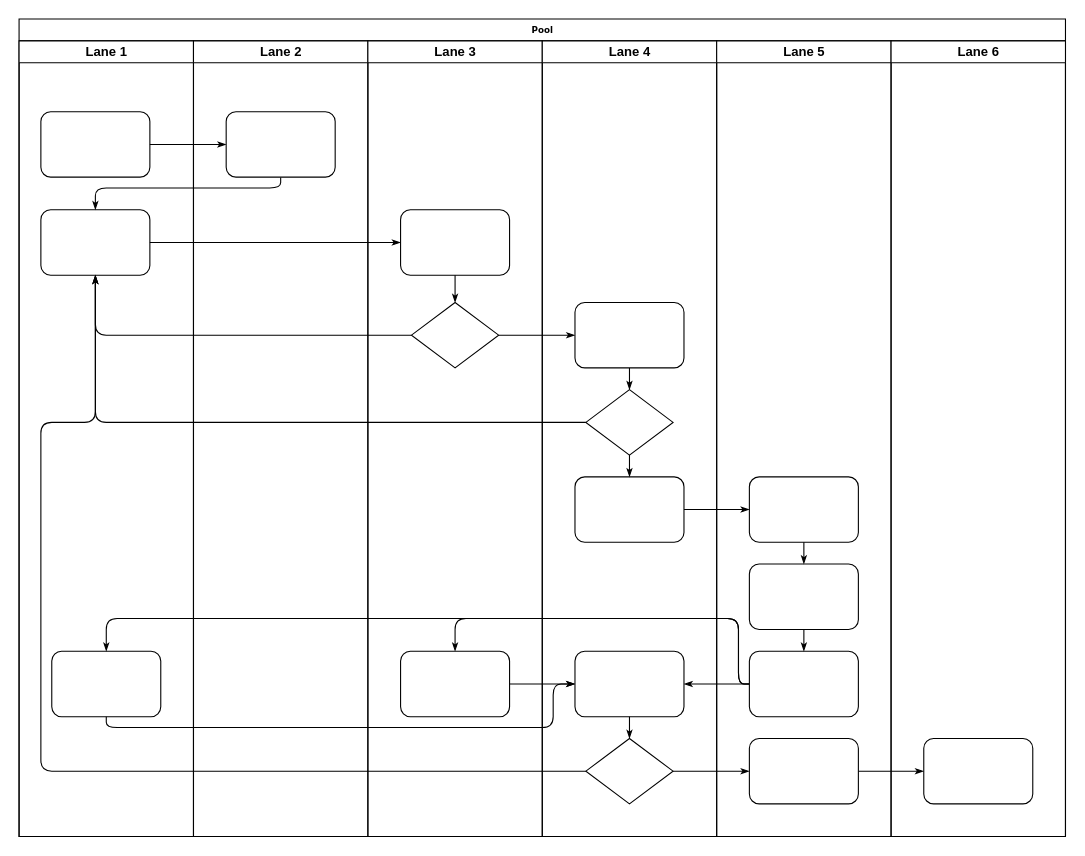
Before: 理赔流程图.drawio in nayouzhenai/java_web, a draw.io diagram. Source tidied: cells renumbered, new cells numbered last; positions are measured from the earlier drawing's top-left corner, leaving out a move shared by most shapes. Both pictures are drawn from the tidied source at 109%, with x=0, y=0 at pixel (19, 19).
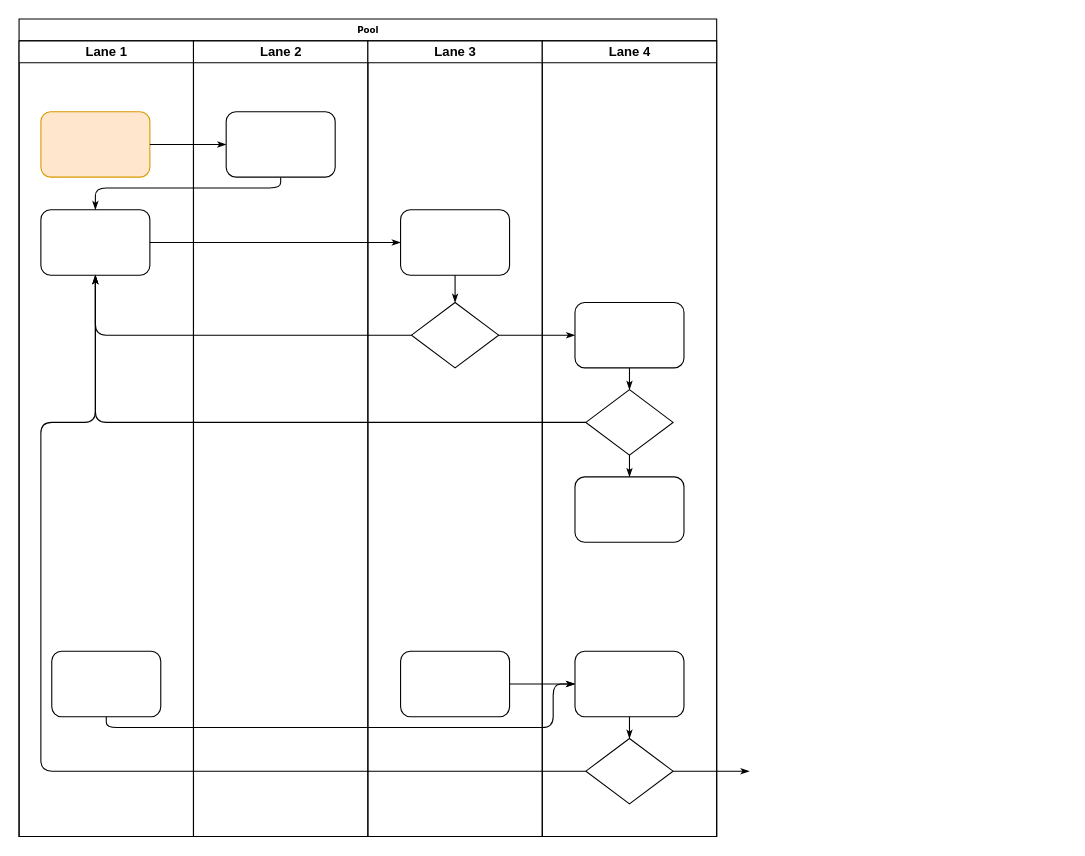
Above is the later version.

Commit message:
更新理赔流程图.drawio

Unchanged cells that the change refers to:
```xml
<mxCell id="3" value="Lane 1" style="swimlane;html=1;startSize=20;" parent="2" vertex="1">
  <mxGeometry y="20" width="160" height="730" as="geometry" />
</mxCell>
<mxCell id="6" style="rounded=1;whiteSpace=wrap;html=1;shadow=0;labelBackgroundColor=none;strokeWidth=1;fontFamily=Verdana;fontSize=8;align=center;" parent="3" vertex="1">
  <mxGeometry x="30" y="560" width="100" height="60" as="geometry" />
</mxCell>
<mxCell id="27" style="rounded=1;whiteSpace=wrap;html=1;shadow=0;labelBackgroundColor=none;strokeWidth=1;fontFamily=Verdana;fontSize=8;align=center;" parent="24" vertex="1">
  <mxGeometry x="30" y="560" width="100" height="60" as="geometry" />
</mxCell>
<mxCell id="32" style="rounded=1;whiteSpace=wrap;html=1;shadow=0;labelBackgroundColor=none;strokeWidth=1;fontFamily=Verdana;fontSize=8;align=center;" parent="29" vertex="1">
  <mxGeometry x="30" y="400" width="100" height="60" as="geometry" />
</mxCell>
<mxCell id="33" style="rounded=1;whiteSpace=wrap;html=1;shadow=0;labelBackgroundColor=none;strokeWidth=1;fontFamily=Verdana;fontSize=8;align=center;" parent="29" vertex="1">
  <mxGeometry x="30" y="560" width="100" height="60" as="geometry" />
</mxCell>
<mxCell id="34" style="rhombus;whiteSpace=wrap;html=1;rounded=0;shadow=0;labelBackgroundColor=none;strokeWidth=1;fontFamily=Verdana;fontSize=8;align=center;" parent="29" vertex="1">
  <mxGeometry x="40" y="640" width="80" height="60" as="geometry" />
</mxCell>
```

Diff of the diagram source:
```diff
@@
     <mxCell id="2" value="Pool" style="swimlane;html=1;startSize=20;rounded=0;shadow=0;labelBackgroundColor=none;strokeWidth=1;fontFamily=Verdana;fontSize=8;align=center;" parent="1" vertex="1">
-      <mxGeometry width="960" height="750" as="geometry" />
+      <mxGeometry width="640" height="750" as="geometry" />
     </mxCell>
@@
-    <mxCell id="4" style="rounded=1;whiteSpace=wrap;html=1;shadow=0;labelBackgroundColor=none;strokeWidth=1;fontFamily=Verdana;fontSize=8;align=center;" parent="3" vertex="1">
+    <mxCell id="4" style="rounded=1;whiteSpace=wrap;html=1;shadow=0;labelBackgroundColor=none;strokeWidth=1;fontFamily=Verdana;fontSize=8;align=center;fillColor=#ffe6cc;strokeColor=#d79b00;" parent="3" vertex="1">
       <mxGeometry x="20" y="65" width="100" height="60" as="geometry" />
     </mxCell>
@@
-    <mxCell id="14" style="edgeStyle=orthogonalEdgeStyle;rounded=1;html=1;labelBackgroundColor=none;startArrow=none;startFill=0;startSize=5;endArrow=classicThin;endFill=1;endSize=5;jettySize=auto;strokeWidth=1;fontFamily=Verdana;fontSize=8;" parent="2" edge="1" source="34" target="42">
-      <mxGeometry relative="1" as="geometry" />
+    <mxCell id="14" style="edgeStyle=orthogonalEdgeStyle;rounded=1;html=1;labelBackgroundColor=none;startArrow=none;startFill=0;startSize=5;endArrow=classicThin;endFill=1;endSize=5;jettySize=auto;strokeWidth=1;fontFamily=Verdana;fontSize=8;" parent="2" edge="1" source="34">
+      <mxGeometry relative="1" as="geometry">
+        <mxPoint x="670" y="690" as="targetPoint" />
+      </mxGeometry>
     </mxCell>
-    <mxCell id="15" style="edgeStyle=orthogonalEdgeStyle;rounded=1;html=1;labelBackgroundColor=none;startArrow=none;startFill=0;startSize=5;endArrow=classicThin;endFill=1;endSize=5;jettySize=auto;strokeWidth=1;fontFamily=Verdana;fontSize=8;" parent="2" edge="1" source="42" target="46">
-      <mxGeometry relative="1" as="geometry" />
-    </mxCell>
-    <mxCell id="16" style="edgeStyle=orthogonalEdgeStyle;rounded=1;html=1;labelBackgroundColor=none;startArrow=none;startFill=0;startSize=5;endArrow=classicThin;endFill=1;endSize=5;jettySize=auto;strokeWidth=1;fontFamily=Verdana;fontSize=8;" parent="2" edge="1" source="32" target="39">
-      <mxGeometry relative="1" as="geometry" />
-    </mxCell>
-    <mxCell id="17" style="edgeStyle=orthogonalEdgeStyle;rounded=1;html=1;labelBackgroundColor=none;startArrow=none;startFill=0;startSize=5;endArrow=classicThin;endFill=1;endSize=5;jettySize=auto;strokeWidth=1;fontFamily=Verdana;fontSize=8;" parent="2" edge="1" source="41" target="27">
-      <mxGeometry relative="1" as="geometry">
-        <Array as="points">
-          <mxPoint x="660" y="610" />
-          <mxPoint x="660" y="550" />
-          <mxPoint x="400" y="550" />
-        </Array>
-      </mxGeometry>
-    </mxCell>
-    <mxCell id="18" style="edgeStyle=orthogonalEdgeStyle;rounded=1;html=1;labelBackgroundColor=none;startArrow=none;startFill=0;startSize=5;endArrow=classicThin;endFill=1;endSize=5;jettySize=auto;strokeColor=#000000;strokeWidth=1;fontFamily=Verdana;fontSize=8;fontColor=#000000;" parent="2" edge="1" source="41" target="33">
-      <mxGeometry relative="1" as="geometry" />
-    </mxCell>
-    <mxCell id="19" style="edgeStyle=orthogonalEdgeStyle;rounded=1;html=1;labelBackgroundColor=none;startArrow=none;startFill=0;startSize=5;endArrow=classicThin;endFill=1;endSize=5;jettySize=auto;strokeWidth=1;fontFamily=Verdana;fontSize=8;" parent="2" edge="1" source="41" target="6">
-      <mxGeometry relative="1" as="geometry">
-        <Array as="points">
-          <mxPoint x="660" y="610" />
-          <mxPoint x="660" y="550" />
-          <mxPoint x="80" y="550" />
-        </Array>
-      </mxGeometry>
-    </mxCell>
@@
-    <mxCell id="38" value="Lane 5" style="swimlane;html=1;startSize=20;" parent="2" vertex="1">
-      <mxGeometry x="640" y="20" width="160" height="730" as="geometry" />
-    </mxCell>
-    <mxCell id="39" style="rounded=1;whiteSpace=wrap;html=1;shadow=0;labelBackgroundColor=none;strokeWidth=1;fontFamily=Verdana;fontSize=8;align=center;" parent="38" vertex="1">
-      <mxGeometry x="30" y="400" width="100" height="60" as="geometry" />
-    </mxCell>
-    <mxCell id="40" style="rounded=1;whiteSpace=wrap;html=1;shadow=0;labelBackgroundColor=none;strokeWidth=1;fontFamily=Verdana;fontSize=8;align=center;" parent="38" vertex="1">
-      <mxGeometry x="30" y="480" width="100" height="60" as="geometry" />
-    </mxCell>
-    <mxCell id="41" style="rounded=1;whiteSpace=wrap;html=1;shadow=0;labelBackgroundColor=none;strokeWidth=1;fontFamily=Verdana;fontSize=8;align=center;" parent="38" vertex="1">
-      <mxGeometry x="30" y="560" width="100" height="60" as="geometry" />
-    </mxCell>
-    <mxCell id="42" style="rounded=1;whiteSpace=wrap;html=1;shadow=0;labelBackgroundColor=none;strokeWidth=1;fontFamily=Verdana;fontSize=8;align=center;" parent="38" vertex="1">
-      <mxGeometry x="30" y="640" width="100" height="60" as="geometry" />
-    </mxCell>
-    <mxCell id="43" style="edgeStyle=orthogonalEdgeStyle;rounded=1;html=1;labelBackgroundColor=none;startArrow=none;startFill=0;startSize=5;endArrow=classicThin;endFill=1;endSize=5;jettySize=auto;strokeWidth=1;fontFamily=Verdana;fontSize=8;" parent="38" edge="1" source="39" target="40">
-      <mxGeometry relative="1" as="geometry" />
-    </mxCell>
-    <mxCell id="44" style="edgeStyle=orthogonalEdgeStyle;rounded=1;html=1;labelBackgroundColor=none;startArrow=none;startFill=0;startSize=5;endArrow=classicThin;endFill=1;endSize=5;jettySize=auto;strokeWidth=1;fontFamily=Verdana;fontSize=8;" parent="38" edge="1" source="40" target="41">
-      <mxGeometry relative="1" as="geometry" />
-    </mxCell>
-    <mxCell id="45" value="Lane 6" style="swimlane;html=1;startSize=20;" parent="2" vertex="1">
-      <mxGeometry x="800" y="20" width="160" height="730" as="geometry" />
-    </mxCell>
-    <mxCell id="46" style="rounded=1;whiteSpace=wrap;html=1;shadow=0;labelBackgroundColor=none;strokeWidth=1;fontFamily=Verdana;fontSize=8;align=center;" parent="45" vertex="1">
-      <mxGeometry x="30" y="640" width="100" height="60" as="geometry" />
-    </mxCell>
```
